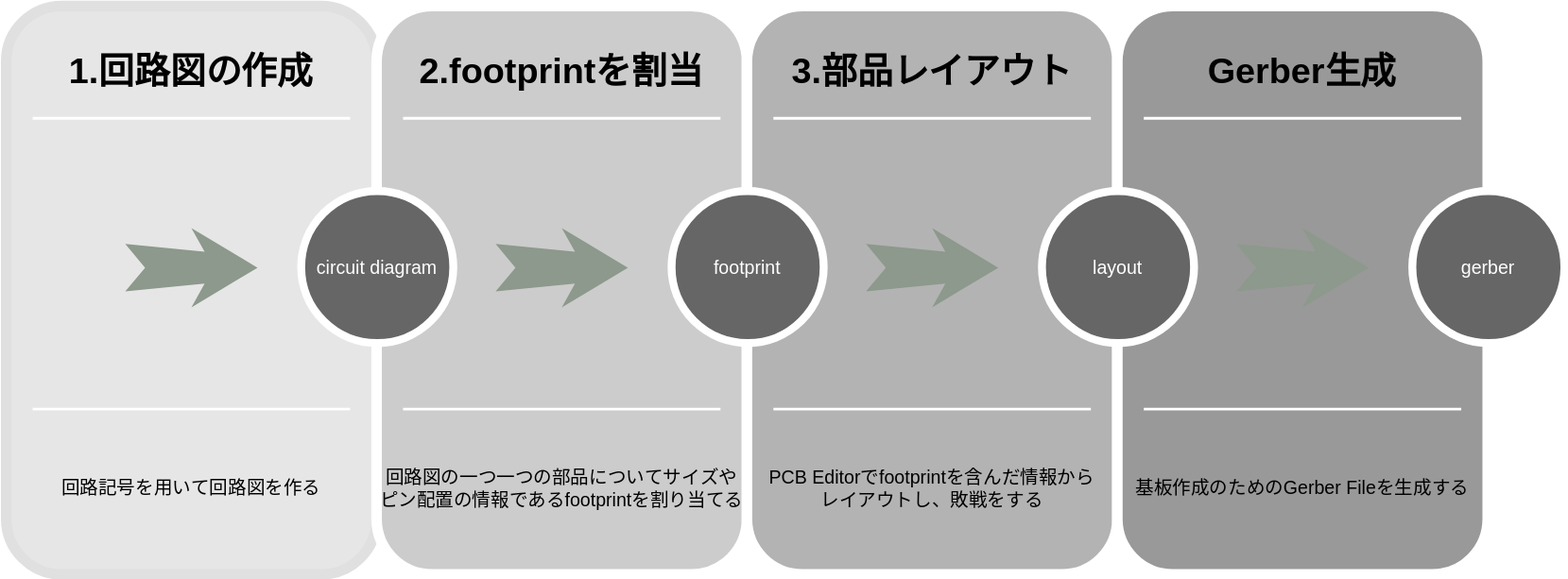
The draw.io diagram images/KiCAD7.drawio.svg in etalli/HOWTO, before a commit. Source tidied: cells renumbered, new cells last; positions are measured from the earlier drawing's top-left corner, leaving out a move shared by most shapes.
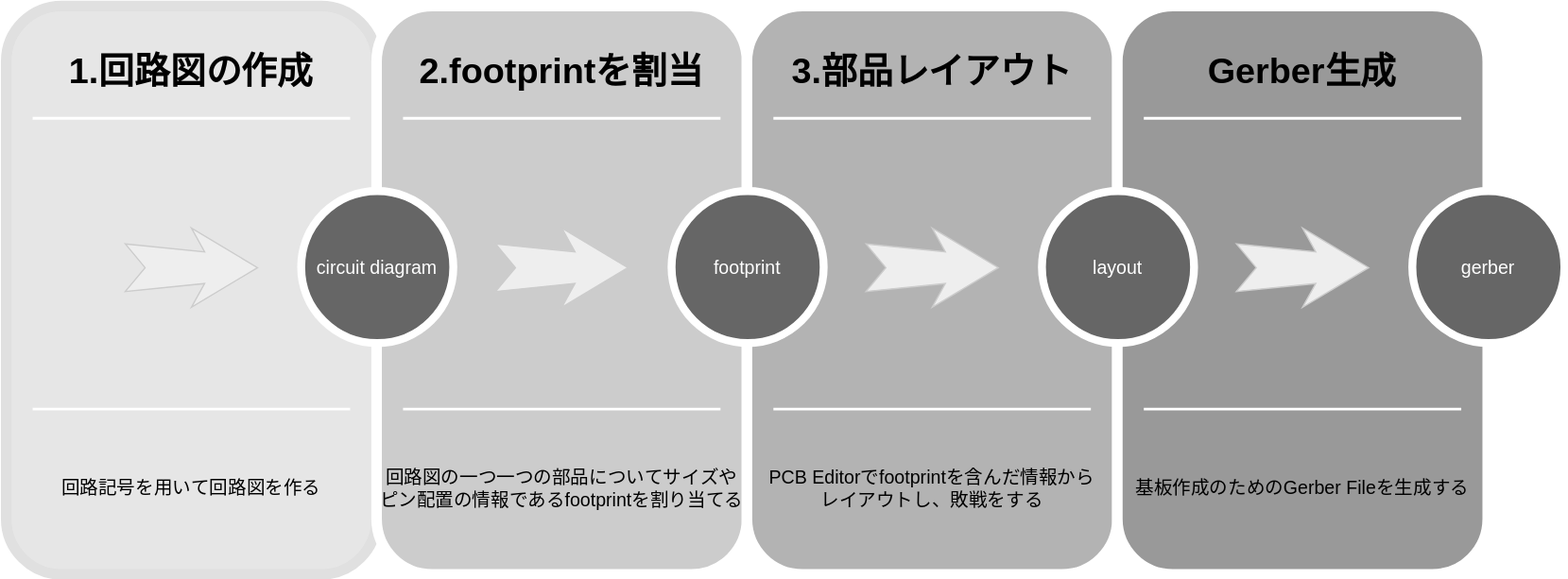
Above is the later version.

What changed in the source:
```diff
@@ -17,7 +17,7 @@
     <mxCell id="6" style="line;strokeWidth=2;html=1;rounded=0;shadow=0;fontSize=27;align=center;fillColor=none;strokeColor=#FFFFFF;" parent="1" vertex="1">
       <mxGeometry x="20" y="300" width="240" height="10" as="geometry" />
     </mxCell>
-    <mxCell id="7" style="html=1;shadow=0;dashed=0;align=center;verticalAlign=middle;shape=mxgraph.arrows2.stylisedArrow;dy=0.6;dx=40;notch=15;feather=0.4;rounded=0;strokeWidth=1;fontSize=27;strokeColor=none;fillColor=#8C998C;fontColor=#E6E6E6;" parent="1" vertex="1">
+    <mxCell id="7" style="html=1;shadow=0;dashed=0;align=center;verticalAlign=middle;shape=mxgraph.arrows2.stylisedArrow;dy=0.6;dx=40;notch=15;feather=0.4;rounded=0;strokeWidth=1;fontSize=27;fillColor=#eeeeee;strokeColor=#CCCCCC;" parent="1" vertex="1">
       <mxGeometry x="90" y="168" width="100" height="60" as="geometry" />
     </mxCell>
     <mxCell id="8" style="whiteSpace=wrap;html=1;rounded=1;shadow=0;strokeWidth=8;fontSize=20;align=center;fillColor=#CCCCCC;strokeColor=#FFFFFF;" parent="1" vertex="1">
@@ -38,7 +38,7 @@
     <mxCell id="13" value="circuit diagram" style="ellipse;whiteSpace=wrap;html=1;rounded=0;shadow=0;strokeWidth=6;fontSize=14;align=center;fillColor=#666666;strokeColor=#FFFFFF;fontColor=#FFFFFF;" parent="1" vertex="1">
       <mxGeometry x="223" y="140" width="115" height="115" as="geometry" />
     </mxCell>
-    <mxCell id="14" style="html=1;shadow=0;dashed=0;align=center;verticalAlign=middle;shape=mxgraph.arrows2.stylisedArrow;dy=0.6;dx=40;notch=15;feather=0.4;rounded=0;strokeWidth=1;fontSize=27;strokeColor=none;fillColor=#8C998C;fontColor=#E6E6E6;" parent="1" vertex="1">
+    <mxCell id="14" style="html=1;shadow=0;dashed=0;align=center;verticalAlign=middle;shape=mxgraph.arrows2.stylisedArrow;dy=0.6;dx=40;notch=15;feather=0.4;rounded=0;strokeWidth=1;fontSize=27;fillColor=#eeeeee;strokeColor=#CCCCCC;" parent="1" vertex="1">
       <mxGeometry x="370" y="168" width="100" height="60" as="geometry" />
     </mxCell>
     <mxCell id="15" style="whiteSpace=wrap;html=1;rounded=1;shadow=0;strokeWidth=8;fontSize=20;align=center;fillColor=#B3B3B3;strokeColor=#FFFFFF;" parent="1" vertex="1">
@@ -59,7 +59,7 @@
     <mxCell id="20" value="footprint" style="ellipse;whiteSpace=wrap;html=1;rounded=0;shadow=0;strokeWidth=6;fontSize=14;align=center;fillColor=#666666;strokeColor=#FFFFFF;fontColor=#FFFFFF;" parent="1" vertex="1">
       <mxGeometry x="503" y="140" width="115" height="115" as="geometry" />
     </mxCell>
-    <mxCell id="21" style="html=1;shadow=0;dashed=0;align=center;verticalAlign=middle;shape=mxgraph.arrows2.stylisedArrow;dy=0.6;dx=40;notch=15;feather=0.4;rounded=0;strokeWidth=1;fontSize=27;strokeColor=none;fillColor=#8C998C;fontColor=#E6E6E6;" parent="1" vertex="1">
+    <mxCell id="21" style="html=1;shadow=0;dashed=0;align=center;verticalAlign=middle;shape=mxgraph.arrows2.stylisedArrow;dy=0.6;dx=40;notch=15;feather=0.4;rounded=0;strokeWidth=1;fontSize=27;fillColor=#eeeeee;strokeColor=#CCCCCC;" parent="1" vertex="1">
       <mxGeometry x="650" y="168" width="100" height="60" as="geometry" />
     </mxCell>
     <mxCell id="22" style="whiteSpace=wrap;html=1;rounded=1;shadow=0;strokeWidth=8;fontSize=20;align=center;fillColor=#999999;strokeColor=#FFFFFF;" parent="1" vertex="1">
@@ -80,7 +80,7 @@
     <mxCell id="27" value="layout" style="ellipse;whiteSpace=wrap;html=1;rounded=0;shadow=0;strokeWidth=6;fontSize=14;align=center;fillColor=#666666;strokeColor=#FFFFFF;fontColor=#FFFFFF;" parent="1" vertex="1">
       <mxGeometry x="783" y="140" width="115" height="115" as="geometry" />
     </mxCell>
-    <mxCell id="28" style="html=1;shadow=0;dashed=0;align=center;verticalAlign=middle;shape=mxgraph.arrows2.stylisedArrow;dy=0.6;dx=40;notch=15;feather=0.4;rounded=0;strokeWidth=1;fontSize=27;strokeColor=none;fillColor=#8C998C;fontColor=#E6E6E6;" parent="1" vertex="1">
+    <mxCell id="28" style="html=1;shadow=0;dashed=0;align=center;verticalAlign=middle;shape=mxgraph.arrows2.stylisedArrow;dy=0.6;dx=40;notch=15;feather=0.4;rounded=0;strokeWidth=1;fontSize=27;fillColor=#eeeeee;strokeColor=#CCCCCC;" parent="1" vertex="1">
       <mxGeometry x="930" y="168" width="100" height="60" as="geometry" />
     </mxCell>
     <mxCell id="29" value="gerber" style="ellipse;whiteSpace=wrap;html=1;rounded=0;shadow=0;strokeWidth=6;fontSize=14;align=center;fillColor=#666666;strokeColor=#FFFFFF;fontColor=#FFFFFF;" parent="1" vertex="1">
```
